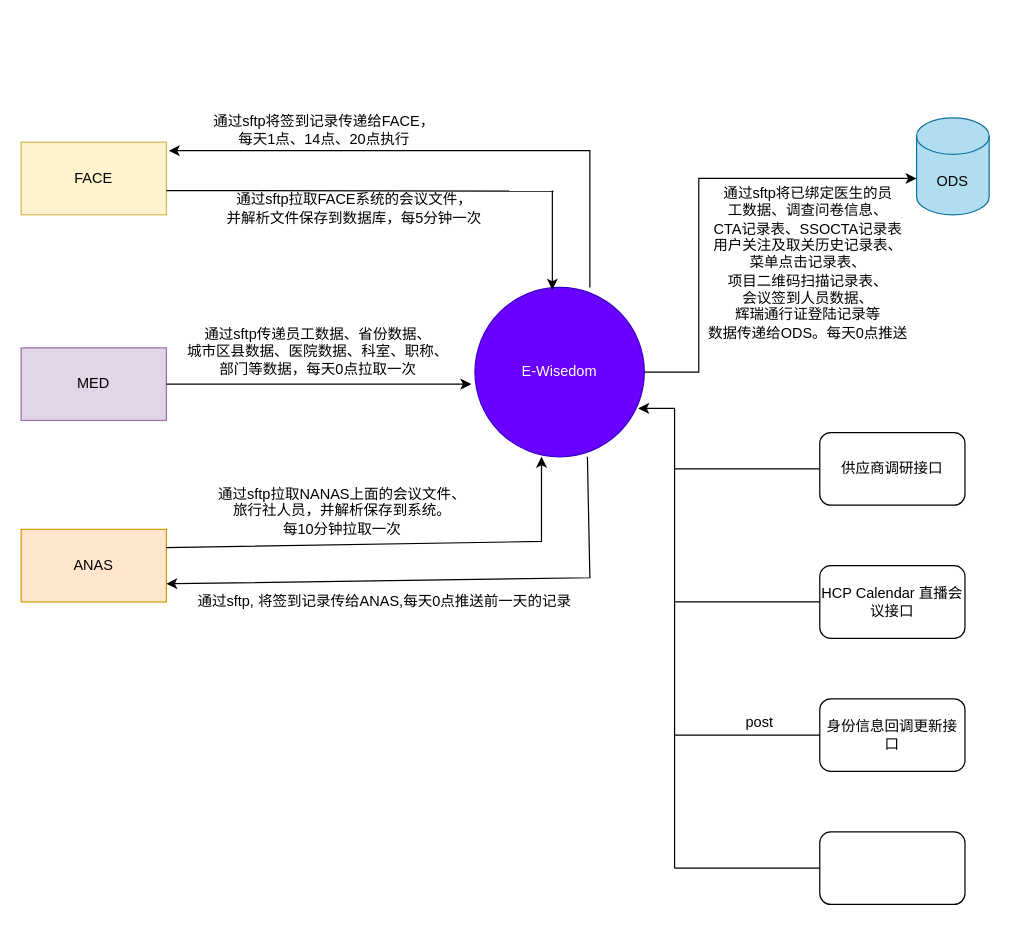
Before: Untitled Diagram.drawio in ChunhaoXiao/Blogs, a draw.io diagram. Source tidied: cells renumbered, new cells numbered last; positions are measured from the earlier drawing's top-left corner, leaving out a move shared by most shapes. Both pictures are drawn from the tidied source at 121%, with x=0, y=0 at pixel (21, 111).
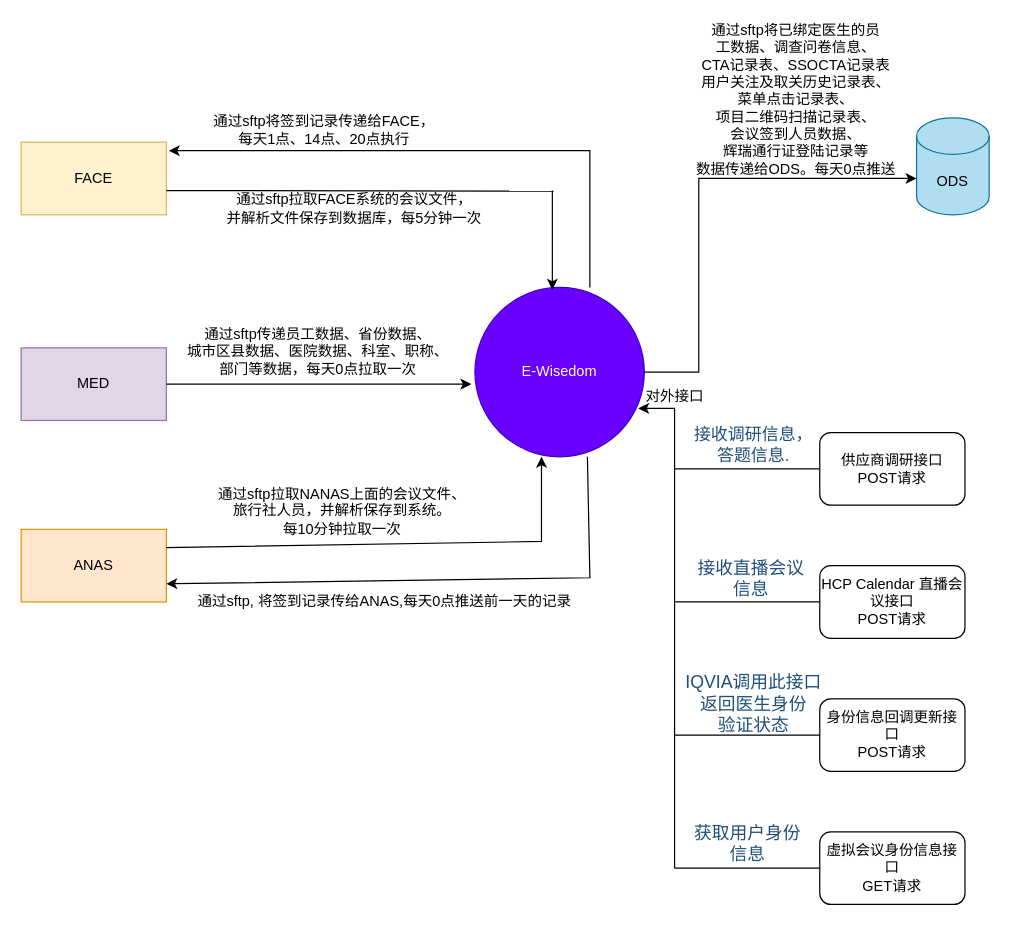
The same page after the edit.

Unchanged cells that the change refers to:
```xml
<mxCell id="27" style="endArrow=none;html=1;rounded=0;entryX=0;entryY=0.5;entryDx=0;entryDy=0;" parent="1" edge="1" target="21">
  <mxGeometry relative="1" as="geometry">
    <mxPoint x="540" y="405" as="sourcePoint" />
  </mxGeometry>
</mxCell>
```

Diff of the diagram source:
```diff
@@
     <mxCell id="19" value="通过sftp将已绑定医生的员&lt;br&gt;工数据、调查问卷信息、&lt;br&gt;CTA记录表、SSOCTA记录表&lt;br&gt;用户关注及取关历史记录表、&lt;br&gt;菜单点击记录表、&lt;br&gt;项目二维码扫描记录表、&lt;br&gt;会议签到人员数据、&lt;br&gt;辉瑞通行证登陆记录等&lt;br&gt;数据传递给ODS。每天0点推送" style="text;html=1;align=center;verticalAlign=middle;strokeColor=none;fillColor=none;" parent="1" vertex="1">
-      <mxGeometry x="560" y="60" width="180" height="130" as="geometry" />
+      <mxGeometry x="550" y="-75" width="180" height="130" as="geometry" />
     </mxCell>
-    <mxCell id="20" value="供应商调研接口" style="rounded=1;whiteSpace=wrap;html=1;" parent="1" vertex="1">
+    <mxCell id="20" value="供应商调研接口&lt;br&gt;POST请求" style="rounded=1;whiteSpace=wrap;html=1;" parent="1" vertex="1">
       <mxGeometry x="660" y="265" width="120" height="60" as="geometry" />
     </mxCell>
-    <mxCell id="21" value="HCP Calendar 直播会议接口" style="rounded=1;whiteSpace=wrap;html=1;" parent="1" vertex="1">
+    <mxCell id="21" value="HCP Calendar 直播会议接口&lt;br&gt;POST请求" style="rounded=1;whiteSpace=wrap;html=1;" parent="1" vertex="1">
       <mxGeometry x="660" y="375" width="120" height="60" as="geometry" />
     </mxCell>
-    <mxCell id="22" value="身份信息回调更新接口" style="rounded=1;whiteSpace=wrap;html=1;" parent="1" vertex="1">
+    <mxCell id="22" value="身份信息回调更新接口&lt;br&gt;POST请求" style="rounded=1;whiteSpace=wrap;html=1;" parent="1" vertex="1">
       <mxGeometry x="660" y="485" width="120" height="60" as="geometry" />
     </mxCell>
-    <mxCell id="23" style="rounded=1;whiteSpace=wrap;html=1;" parent="1" vertex="1">
+    <mxCell id="23" value="虚拟会议身份信息接口&lt;br&gt;GET请求" style="rounded=1;whiteSpace=wrap;html=1;" parent="1" vertex="1">
       <mxGeometry x="660" y="595" width="120" height="60" as="geometry" />
     </mxCell>
@@
+    <mxCell id="30" value="&lt;span class=&quot;fontstyle01&quot;&gt;&lt;span style=&quot;font-size: 11.0pt ; color: #1f4e79&quot;&gt;接收直播会议&lt;br&gt;信息&lt;/span&gt;&lt;/span&gt;" style="edgeLabel;html=1;align=center;verticalAlign=middle;" parent="27" vertex="1">
+      <mxGeometry x="0.26" y="9" relative="1" as="geometry">
+        <mxPoint x="-14" y="-11" as="offset" />
+      </mxGeometry>
+    </mxCell>
@@
-    <mxCell id="29" value="post" style="text;html=1;align=center;verticalAlign=middle;strokeColor=none;fillColor=none;" parent="1" vertex="1">
-      <mxGeometry x="590" y="495" width="40" height="20" as="geometry" />
+    <mxCell id="29" value="&lt;span class=&quot;fontstyle01&quot;&gt;&lt;span lang=&quot;EN-US&quot; style=&quot;font-size: 11.0pt ; color: #1f4e79&quot;&gt;IQVIA&lt;/span&gt;&lt;/span&gt;&lt;span class=&quot;fontstyle01&quot;&gt;&lt;span style=&quot;font-size: 11.0pt ; color: #1f4e79&quot;&gt;调用此接口&lt;br&gt;返回医生身份&lt;br&gt;验证状态&lt;br&gt;&lt;/span&gt;&lt;/span&gt;" style="text;html=1;align=center;verticalAlign=middle;strokeColor=none;fillColor=none;" parent="1" vertex="1">
+      <mxGeometry x="540" y="465" width="130" height="50" as="geometry" />
     </mxCell>
+    <mxCell id="31" value="&lt;span style=&quot;font-size: 10.5pt ; color: #1f4e79&quot;&gt;接收调研信息，&lt;br&gt;答题信息.&lt;/span&gt;" style="text;html=1;align=center;verticalAlign=middle;strokeColor=none;fillColor=none;" parent="1" vertex="1">
+      <mxGeometry x="550" y="255" width="110" height="40" as="geometry" />
+    </mxCell>
+    <mxCell id="32" value="对外接口" style="text;html=1;align=center;verticalAlign=middle;strokeColor=none;fillColor=none;" parent="1" vertex="1">
+      <mxGeometry x="510" y="225" width="60" height="20" as="geometry" />
+    </mxCell>
+    <mxCell id="33" value="&lt;span class=&quot;fontstyle01&quot;&gt;&lt;span style=&quot;font-size: 11.0pt ; color: #1f4e79&quot;&gt;获取用户身份&lt;br&gt;信息&lt;/span&gt;&lt;/span&gt;" style="text;html=1;align=center;verticalAlign=middle;strokeColor=none;fillColor=none;" parent="1" vertex="1">
+      <mxGeometry x="550" y="585" width="100" height="40" as="geometry" />
+    </mxCell>
```
